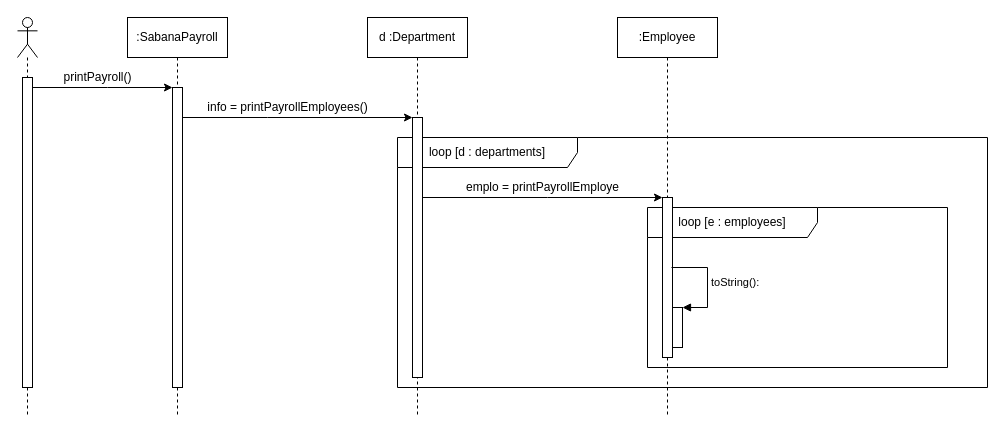
The draw.io diagram diagrams/printpayroll-class-diagram.drawio in Sprastrum/MUNOZ-SANTOS-SABANA-POOB-2021-1-LAB-INHERITANCE, before the edit. Source tidied: cells renumbered, new cells numbered last; positions are measured from the earlier drawing's top-left corner, leaving out a move shared by most shapes. Both pictures are drawn from the tidied source at 100%, with x=0, y=0 at pixel (17, 17).
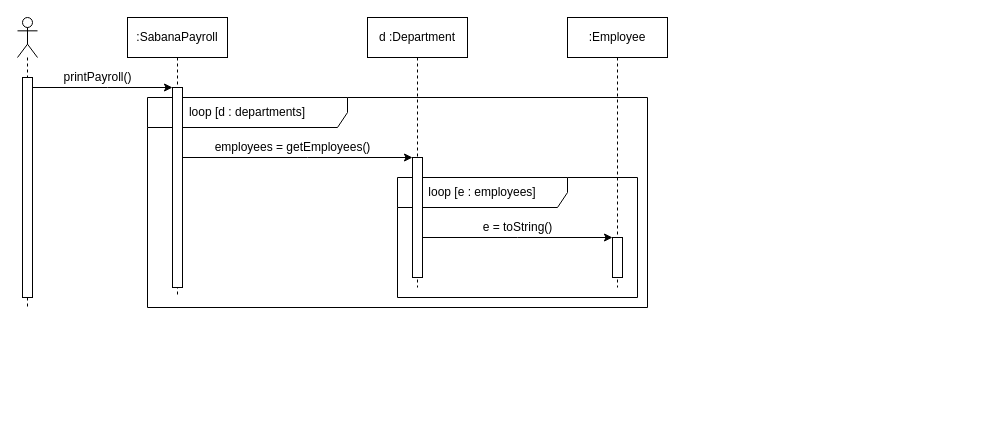
The same diagram, later.

What changed in the source:
```diff
@@
-    <mxCell id="2" value="loop [d : departments]" style="shape=umlFrame;whiteSpace=wrap;html=1;width=180;height=30;" parent="1" vertex="1">
-      <mxGeometry x="380" y="120" width="590" height="250" as="geometry" />
+    <mxCell id="2" value="loop [d : departments]" style="shape=umlFrame;whiteSpace=wrap;html=1;width=200;height=30;" parent="1" vertex="1">
+      <mxGeometry x="130" y="80" width="500" height="210" as="geometry" />
     </mxCell>
     <mxCell id="3" value="loop [e : employees]" style="shape=umlFrame;whiteSpace=wrap;html=1;width=170;height=30;" parent="1" vertex="1">
-      <mxGeometry x="630" y="190" width="300" height="160" as="geometry" />
+      <mxGeometry x="380" y="160" width="240" height="120" as="geometry" />
     </mxCell>
     <mxCell id="4" style="shape=umlLifeline;participant=umlActor;perimeter=lifelinePerimeter;whiteSpace=wrap;html=1;verticalAlign=top;spacingTop=36;" parent="1" vertex="1">
-      <mxGeometry width="20" height="400" as="geometry" />
+      <mxGeometry width="20" height="290" as="geometry" />
     </mxCell>
     <mxCell id="5" style="html=1;points=[];perimeter=orthogonalPerimeter;" parent="4" vertex="1">
-      <mxGeometry x="5" y="60" width="10" height="310" as="geometry" />
+      <mxGeometry x="5" y="60" width="10" height="220" as="geometry" />
     </mxCell>
     <mxCell id="6" value=":SabanaPayroll" style="shape=umlLifeline;perimeter=lifelinePerimeter;whiteSpace=wrap;html=1;" parent="1" vertex="1">
-      <mxGeometry x="110" width="100" height="400" as="geometry" />
+      <mxGeometry x="110" width="100" height="280" as="geometry" />
     </mxCell>
     <mxCell id="7" style="html=1;points=[];perimeter=orthogonalPerimeter;" parent="6" vertex="1">
-      <mxGeometry x="45" y="70" width="10" height="300" as="geometry" />
+      <mxGeometry x="45" y="70" width="10" height="200" as="geometry" />
     </mxCell>
@@
     <mxCell id="10" value="d :Department" style="shape=umlLifeline;perimeter=lifelinePerimeter;whiteSpace=wrap;html=1;" parent="1" vertex="1">
-      <mxGeometry x="350" width="100" height="400" as="geometry" />
+      <mxGeometry x="350" width="100" height="270" as="geometry" />
     </mxCell>
     <mxCell id="11" style="html=1;points=[];perimeter=orthogonalPerimeter;" parent="10" vertex="1">
-      <mxGeometry x="45" y="100" width="10" height="260" as="geometry" />
+      <mxGeometry x="45" y="140" width="10" height="120" as="geometry" />
     </mxCell>
     <mxCell id="12" style="edgeStyle=orthogonalEdgeStyle;rounded=0;jettySize=auto;html=1;" parent="1" edge="1" source="7" target="11">
       <mxGeometry relative="1" as="geometry">
         <Array as="points">
-          <mxPoint x="250" y="100" />
-          <mxPoint x="250" y="100" />
+          <mxPoint x="290" y="140" />
+          <mxPoint x="290" y="140" />
         </Array>
       </mxGeometry>
     </mxCell>
-    <mxCell id="13" value="info = printPayrollEmployees()" style="text;html=1;align=center;verticalAlign=middle;" parent="1" vertex="1">
-      <mxGeometry x="180" y="80" width="180" height="20" as="geometry" />
+    <mxCell id="13" value="employees = getEmployees()" style="text;html=1;align=center;verticalAlign=middle;" parent="1" vertex="1">
+      <mxGeometry x="190" y="120" width="170" height="20" as="geometry" />
     </mxCell>
     <mxCell id="14" value=":Employee" style="shape=umlLifeline;perimeter=lifelinePerimeter;whiteSpace=wrap;html=1;" parent="1" vertex="1">
-      <mxGeometry x="600" width="100" height="400" as="geometry" />
+      <mxGeometry x="550" width="100" height="270" as="geometry" />
     </mxCell>
     <mxCell id="15" style="html=1;points=[];perimeter=orthogonalPerimeter;" parent="14" vertex="1">
-      <mxGeometry x="45" y="180" width="10" height="160" as="geometry" />
+      <mxGeometry x="45" y="220" width="10" height="40" as="geometry" />
     </mxCell>
-    <mxCell id="16" style="html=1;points=[];perimeter=orthogonalPerimeter;" parent="14" vertex="1">
-      <mxGeometry x="55" y="290" width="10" height="40" as="geometry" />
-    </mxCell>
-    <mxCell id="17" value="toString():" style="edgeStyle=orthogonalEdgeStyle;html=1;align=left;spacingLeft=2;endArrow=block;rounded=0;entryX=1;entryY=0;" parent="14" edge="1" target="16">
-      <mxGeometry relative="1" as="geometry">
-        <mxPoint x="54" y="250" as="sourcePoint" />
-        <Array as="points">
-          <mxPoint x="90" y="250" />
-          <mxPoint x="90" y="290" />
-        </Array>
-      </mxGeometry>
-    </mxCell>
     <mxCell id="18" style="edgeStyle=orthogonalEdgeStyle;rounded=0;jettySize=auto;html=1;" parent="1" edge="1" source="11" target="15">
       <mxGeometry relative="1" as="geometry">
         <Array as="points">
-          <mxPoint x="530" y="180" />
-          <mxPoint x="530" y="180" />
+          <mxPoint x="500" y="220" />
+          <mxPoint x="500" y="220" />
         </Array>
       </mxGeometry>
     </mxCell>
-    <mxCell id="19" value="emplo = printPayrollEmploye" style="text;html=1;align=center;verticalAlign=middle;" parent="1" vertex="1">
-      <mxGeometry x="440" y="160" width="170" height="20" as="geometry" />
+    <mxCell id="19" value="e = toString()" style="text;html=1;align=center;verticalAlign=middle;" parent="1" vertex="1">
+      <mxGeometry x="455" y="200" width="90" height="20" as="geometry" />
     </mxCell>
```
